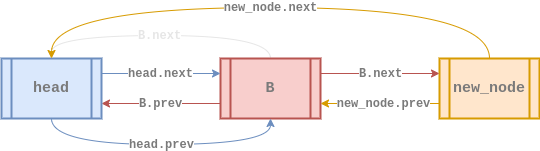
euisblue/vue-blog keeps this draw.io diagram as assets/data-structure/linked-list/cll-doubly-insert3.png. Above is the earlier version. Source tidied: cells renumbered, new cells last; positions are measured from the earlier drawing's top-left corner, leaving out a move shared by most shapes. Its diagram source:
```xml
<mxGraphModel>
  <root>
    <mxCell id="0" />
    <mxCell id="1" parent="0" />
    <mxCell id="2" value="&lt;font face=&quot;Courier New&quot; size=&quot;1&quot; color=&quot;#e6e6e6&quot;&gt;&lt;b style=&quot;font-size: 12px&quot;&gt;B.next&lt;/b&gt;&lt;/font&gt;" style="edgeStyle=orthogonalEdgeStyle;rounded=0;jettySize=auto;html=1;exitX=0.5;exitY=0;exitDx=0;exitDy=0;endArrow=classic;endFill=1;strokeWidth=1;curved=1;entryX=0.5;entryY=0;entryDx=0;entryDy=0;fillColor=#f8cecc;strokeColor=#E6E6E6;" parent="1" edge="1" source="4" target="7">
      <mxGeometry x="0.01" relative="1" as="geometry">
        <Array as="points">
          <mxPoint x="269" y="28" />
          <mxPoint x="50" y="28" />
        </Array>
      </mxGeometry>
    </mxCell>
    <mxCell id="3" value="&lt;b style=&quot;color: rgb(122 , 122 , 122) ; font-family: &amp;#34;courier new&amp;#34;&quot;&gt;&lt;font style=&quot;font-size: 12px&quot;&gt;B.prev&lt;/font&gt;&lt;/b&gt;" style="rounded=0;jettySize=auto;html=1;exitX=0;exitY=0.75;exitDx=0;exitDy=0;entryX=1;entryY=0.75;entryDx=0;entryDy=0;strokeColor=#b85450;strokeWidth=1;fillColor=#f8cecc;" parent="1" edge="1" source="4" target="7">
      <mxGeometry relative="1" as="geometry" />
    </mxCell>
    <mxCell id="4" value="&lt;b&gt;&lt;font style=&quot;font-size: 15px&quot; face=&quot;Courier New&quot; color=&quot;#7a7a7a&quot;&gt;B&lt;/font&gt;&lt;/b&gt;" style="shape=process;whiteSpace=wrap;html=1;backgroundOutline=1;fillColor=#f8cecc;strokeColor=#b85450;gradientDirection=east;strokeWidth=2;shadow=0;glass=0;sketch=0;" parent="1" vertex="1">
      <mxGeometry x="219" y="51" width="100" height="60" as="geometry" />
    </mxCell>
    <mxCell id="5" value="&lt;b style=&quot;font-size: 11px ; font-style: normal ; letter-spacing: normal ; text-align: center ; text-indent: 0px ; text-transform: none ; word-spacing: 0px ; font-family: &amp;#34;courier new&amp;#34;&quot;&gt;&lt;font style=&quot;font-size: 12px&quot; color=&quot;#7a7a7a&quot;&gt;head.prev&lt;/font&gt;&lt;/b&gt;" style="edgeStyle=orthogonalEdgeStyle;curved=1;rounded=0;sketch=0;jettySize=auto;html=1;exitX=0.5;exitY=1;exitDx=0;exitDy=0;entryX=0.5;entryY=1;entryDx=0;entryDy=0;strokeWidth=1;strokeColor=#6c8ebf;fillColor=#dae8fc;" parent="1" edge="1" source="7" target="4">
      <mxGeometry relative="1" as="geometry">
        <Array as="points">
          <mxPoint x="50" y="137" />
          <mxPoint x="269" y="137" />
        </Array>
      </mxGeometry>
    </mxCell>
    <mxCell id="6" value="&lt;b style=&quot;font-size: 11px ; font-style: normal ; letter-spacing: normal ; text-align: center ; text-indent: 0px ; text-transform: none ; word-spacing: 0px ; font-family: &amp;#34;courier new&amp;#34;&quot;&gt;&lt;font style=&quot;font-size: 12px&quot; color=&quot;#7a7a7a&quot;&gt;head.next&lt;/font&gt;&lt;/b&gt;" style="edgeStyle=orthogonalEdgeStyle;curved=1;rounded=0;sketch=0;jettySize=auto;html=1;exitX=1;exitY=0.25;exitDx=0;exitDy=0;entryX=0;entryY=0.25;entryDx=0;entryDy=0;strokeColor=#6c8ebf;strokeWidth=1;fillColor=#dae8fc;" parent="1" edge="1" source="7" target="4">
      <mxGeometry x="-0.01" relative="1" as="geometry">
        <Array as="points">
          <mxPoint x="159" y="66" />
          <mxPoint x="159" y="66" />
        </Array>
      </mxGeometry>
    </mxCell>
    <mxCell id="7" value="&lt;div&gt;&lt;font color=&quot;#7a7a7a&quot; face=&quot;courier new&quot; style=&quot;font-size: 15px&quot;&gt;head&lt;/font&gt;&lt;/div&gt;" style="shape=process;whiteSpace=wrap;html=1;backgroundOutline=1;fillColor=#dae8fc;strokeColor=#6c8ebf;gradientDirection=east;strokeWidth=2;shadow=0;glass=0;align=center;sketch=0;fontStyle=1;" parent="1" vertex="1">
      <mxGeometry y="51" width="100" height="60" as="geometry" />
    </mxCell>
    <mxCell id="8" value="&lt;font color=&quot;#7a7a7a&quot; face=&quot;courier new&quot;&gt;&lt;span style=&quot;font-size: 12px&quot;&gt;&lt;b&gt;new_node.prev&lt;/b&gt;&lt;/span&gt;&lt;/font&gt;" style="edgeStyle=orthogonalEdgeStyle;curved=1;rounded=0;jettySize=auto;html=1;exitX=0;exitY=0.75;exitDx=0;exitDy=0;entryX=1;entryY=0.75;entryDx=0;entryDy=0;strokeColor=#d79b00;strokeWidth=1;fillColor=#ffe6cc;" parent="1" edge="1" source="10" target="4">
      <mxGeometry x="-0.06" relative="1" as="geometry" />
    </mxCell>
    <mxCell id="9" value="&lt;font color=&quot;#7a7a7a&quot; face=&quot;courier new&quot;&gt;&lt;span style=&quot;font-size: 12px&quot;&gt;&lt;b&gt;new_node.next&lt;/b&gt;&lt;/span&gt;&lt;/font&gt;" style="edgeStyle=orthogonalEdgeStyle;curved=1;rounded=0;sketch=0;jettySize=auto;html=1;exitX=0.5;exitY=0;exitDx=0;exitDy=0;entryX=0.5;entryY=0;entryDx=0;entryDy=0;strokeWidth=1;strokeColor=#d79b00;fillColor=#ffe6cc;" parent="1" edge="1" source="10" target="7">
      <mxGeometry relative="1" as="geometry">
        <Array as="points">
          <mxPoint x="488" />
          <mxPoint x="50" />
        </Array>
      </mxGeometry>
    </mxCell>
    <mxCell id="10" value="&lt;div&gt;&lt;font color=&quot;#7a7a7a&quot; face=&quot;courier new&quot; size=&quot;1&quot;&gt;&lt;b style=&quot;font-size: 15px&quot;&gt;new_node&lt;/b&gt;&lt;/font&gt;&lt;/div&gt;" style="shape=process;whiteSpace=wrap;html=1;backgroundOutline=1;fillColor=#ffe6cc;strokeColor=#d79b00;gradientDirection=east;strokeWidth=2;shadow=0;glass=0;align=center;sketch=0;" parent="1" vertex="1">
      <mxGeometry x="438" y="51" width="100" height="60" as="geometry" />
    </mxCell>
    <mxCell id="11" value="&lt;font face=&quot;Courier New&quot; color=&quot;#7a7a7a&quot; size=&quot;1&quot;&gt;&lt;b style=&quot;font-size: 12px&quot;&gt;B.next&lt;/b&gt;&lt;/font&gt;" style="rounded=0;jettySize=auto;html=1;exitX=1;exitY=0.25;exitDx=0;exitDy=0;endArrow=classic;endFill=1;strokeColor=#b85450;strokeWidth=1;entryX=0;entryY=0.25;entryDx=0;entryDy=0;fillColor=#f8cecc;" parent="1" edge="1" source="4" target="10">
      <mxGeometry x="0.01" relative="1" as="geometry" />
    </mxCell>
  </root>
</mxGraphModel>
```
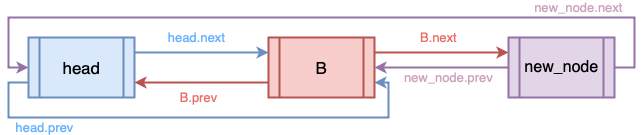
The same diagram one commit later.

Change to the diagram source:
```diff
@@ -2,55 +2,54 @@
   <root>
     <mxCell id="0" />
     <mxCell id="1" parent="0" />
-    <mxCell id="2" value="&lt;font face=&quot;Courier New&quot; size=&quot;1&quot; color=&quot;#e6e6e6&quot;&gt;&lt;b style=&quot;font-size: 12px&quot;&gt;B.next&lt;/b&gt;&lt;/font&gt;" style="edgeStyle=orthogonalEdgeStyle;rounded=0;jettySize=auto;html=1;exitX=0.5;exitY=0;exitDx=0;exitDy=0;endArrow=classic;endFill=1;strokeWidth=1;curved=1;entryX=0.5;entryY=0;entryDx=0;entryDy=0;fillColor=#f8cecc;strokeColor=#E6E6E6;" parent="1" edge="1" source="4" target="7">
-      <mxGeometry x="0.01" relative="1" as="geometry">
-        <Array as="points">
-          <mxPoint x="269" y="28" />
-          <mxPoint x="50" y="28" />
-        </Array>
+    <mxCell id="2" value="&lt;font color=&quot;#66b2ff&quot; style=&quot;font-size: 13px&quot;&gt;head.next&lt;/font&gt;" style="edgeStyle=orthogonalEdgeStyle;rounded=0;jettySize=auto;html=1;exitX=1;exitY=0.25;exitDx=0;exitDy=0;entryX=0;entryY=0.25;entryDx=0;entryDy=0;fillColor=#dae8fc;strokeColor=#6c8ebf;strokeWidth=2;labelBackgroundColor=none;labelBorderColor=none;fontFamily=Helvetica;" parent="1" edge="1" target="6">
+      <mxGeometry x="-0.06" y="15" relative="1" as="geometry">
+        <mxPoint x="324" y="66" as="sourcePoint" />
       </mxGeometry>
     </mxCell>
-    <mxCell id="3" value="&lt;b style=&quot;color: rgb(122 , 122 , 122) ; font-family: &amp;#34;courier new&amp;#34;&quot;&gt;&lt;font style=&quot;font-size: 12px&quot;&gt;B.prev&lt;/font&gt;&lt;/b&gt;" style="rounded=0;jettySize=auto;html=1;exitX=0;exitY=0.75;exitDx=0;exitDy=0;entryX=1;entryY=0.75;entryDx=0;entryDy=0;strokeColor=#b85450;strokeWidth=1;fillColor=#f8cecc;" parent="1" edge="1" source="4" target="7">
-      <mxGeometry relative="1" as="geometry" />
+    <mxCell id="3" value="&lt;span style=&quot;color: rgb(102 , 178 , 255) ; font-family: &amp;#34;helvetica&amp;#34; ; font-size: 13px ; font-style: normal ; font-weight: normal ; letter-spacing: normal ; text-align: center ; text-indent: 0px ; text-transform: none ; word-spacing: 0px ; text-decoration: none ; display: inline ; float: none&quot;&gt;head.prev&lt;/span&gt;" style="edgeStyle=orthogonalEdgeStyle;rounded=0;jettySize=auto;html=1;exitX=0;exitY=0.75;exitDx=0;exitDy=0;entryX=1;entryY=0.75;entryDx=0;entryDy=0;labelBackgroundColor=none;strokeWidth=2;fontFamily=Helvetica;fontColor=#666666;align=center;fillColor=#dae8fc;strokeColor=#6c8ebf;" parent="1" edge="1" source="4" target="6">
+      <mxGeometry x="-0.62" y="-10" relative="1" as="geometry">
+        <Array as="points">
+          <mxPoint x="199" y="96" />
+          <mxPoint x="199" y="131" />
+          <mxPoint x="579" y="131" />
+          <mxPoint x="579" y="96" />
+        </Array>
+      </mxGeometry>
     </mxCell>
-    <mxCell id="4" value="&lt;b&gt;&lt;font style=&quot;font-size: 15px&quot; face=&quot;Courier New&quot; color=&quot;#7a7a7a&quot;&gt;B&lt;/font&gt;&lt;/b&gt;" style="shape=process;whiteSpace=wrap;html=1;backgroundOutline=1;fillColor=#f8cecc;strokeColor=#b85450;gradientDirection=east;strokeWidth=2;shadow=0;glass=0;sketch=0;" parent="1" vertex="1">
-      <mxGeometry x="219" y="51" width="100" height="60" as="geometry" />
+    <mxCell id="4" value="&lt;font&gt;&lt;font style=&quot;font-size: 17px&quot;&gt;head&lt;/font&gt;&lt;br&gt;&lt;/font&gt;" style="shape=process;whiteSpace=wrap;html=1;backgroundOutline=1;strokeWidth=2;fillColor=#dae8fc;strokeColor=#6c8ebf;fontStyle=0;fontFamily=Helvetica;fontSize=14;labelBackgroundColor=none;labelBorderColor=none;" parent="1" vertex="1">
+      <mxGeometry x="219" y="51" width="106" height="60" as="geometry" />
     </mxCell>
-    <mxCell id="5" value="&lt;b style=&quot;font-size: 11px ; font-style: normal ; letter-spacing: normal ; text-align: center ; text-indent: 0px ; text-transform: none ; word-spacing: 0px ; font-family: &amp;#34;courier new&amp;#34;&quot;&gt;&lt;font style=&quot;font-size: 12px&quot; color=&quot;#7a7a7a&quot;&gt;head.prev&lt;/font&gt;&lt;/b&gt;" style="edgeStyle=orthogonalEdgeStyle;curved=1;rounded=0;sketch=0;jettySize=auto;html=1;exitX=0.5;exitY=1;exitDx=0;exitDy=0;entryX=0.5;entryY=1;entryDx=0;entryDy=0;strokeWidth=1;strokeColor=#6c8ebf;fillColor=#dae8fc;" parent="1" edge="1" source="7" target="4">
-      <mxGeometry relative="1" as="geometry">
-        <Array as="points">
-          <mxPoint x="50" y="137" />
-          <mxPoint x="269" y="137" />
-        </Array>
-      </mxGeometry>
+    <mxCell id="5" value="&lt;font color=&quot;#ea6b66&quot; style=&quot;font-size: 13px&quot;&gt;B.prev&lt;/font&gt;" style="edgeStyle=orthogonalEdgeStyle;rounded=0;jettySize=auto;html=1;exitX=0;exitY=0.75;exitDx=0;exitDy=0;entryX=1;entryY=0.75;entryDx=0;entryDy=0;fillColor=#f8cecc;strokeColor=#b85450;strokeWidth=2;labelBackgroundColor=none;labelBorderColor=none;fontFamily=Helvetica;align=center;" parent="1" edge="1" source="6" target="4">
+      <mxGeometry x="0.04" y="15" relative="1" as="geometry" />
     </mxCell>
-    <mxCell id="6" value="&lt;b style=&quot;font-size: 11px ; font-style: normal ; letter-spacing: normal ; text-align: center ; text-indent: 0px ; text-transform: none ; word-spacing: 0px ; font-family: &amp;#34;courier new&amp;#34;&quot;&gt;&lt;font style=&quot;font-size: 12px&quot; color=&quot;#7a7a7a&quot;&gt;head.next&lt;/font&gt;&lt;/b&gt;" style="edgeStyle=orthogonalEdgeStyle;curved=1;rounded=0;sketch=0;jettySize=auto;html=1;exitX=1;exitY=0.25;exitDx=0;exitDy=0;entryX=0;entryY=0.25;entryDx=0;entryDy=0;strokeColor=#6c8ebf;strokeWidth=1;fillColor=#dae8fc;" parent="1" edge="1" source="7" target="4">
-      <mxGeometry x="-0.01" relative="1" as="geometry">
-        <Array as="points">
-          <mxPoint x="159" y="66" />
-          <mxPoint x="159" y="66" />
-        </Array>
-      </mxGeometry>
+    <mxCell id="6" value="&lt;font&gt;&lt;font style=&quot;font-size: 17px&quot;&gt;B&lt;/font&gt;&lt;br&gt;&lt;/font&gt;" style="shape=process;whiteSpace=wrap;html=1;backgroundOutline=1;strokeWidth=2;fillColor=#f8cecc;strokeColor=#b85450;fontStyle=0;fontFamily=Helvetica;fontSize=14;labelBackgroundColor=none;labelBorderColor=none;" parent="1" vertex="1">
+      <mxGeometry x="459" y="51" width="106" height="60" as="geometry" />
     </mxCell>
-    <mxCell id="7" value="&lt;div&gt;&lt;font color=&quot;#7a7a7a&quot; face=&quot;courier new&quot; style=&quot;font-size: 15px&quot;&gt;head&lt;/font&gt;&lt;/div&gt;" style="shape=process;whiteSpace=wrap;html=1;backgroundOutline=1;fillColor=#dae8fc;strokeColor=#6c8ebf;gradientDirection=east;strokeWidth=2;shadow=0;glass=0;align=center;sketch=0;fontStyle=1;" parent="1" vertex="1">
-      <mxGeometry y="51" width="100" height="60" as="geometry" />
+    <mxCell id="7" value="&lt;font style=&quot;font-size: 13px&quot; color=&quot;#cda2be&quot;&gt;new_node.prev&lt;/font&gt;" style="edgeStyle=orthogonalEdgeStyle;rounded=0;jettySize=auto;html=1;exitX=0;exitY=0.5;exitDx=0;exitDy=0;entryX=1;entryY=0.5;entryDx=0;entryDy=0;labelBackgroundColor=none;strokeWidth=2;fontFamily=Helvetica;fontColor=#666666;align=center;fillColor=#e1d5e7;strokeColor=#9673a6;" parent="1" edge="1" source="8" target="6">
+      <mxGeometry x="-0.1" y="10" relative="1" as="geometry" />
     </mxCell>
-    <mxCell id="8" value="&lt;font color=&quot;#7a7a7a&quot; face=&quot;courier new&quot;&gt;&lt;span style=&quot;font-size: 12px&quot;&gt;&lt;b&gt;new_node.prev&lt;/b&gt;&lt;/span&gt;&lt;/font&gt;" style="edgeStyle=orthogonalEdgeStyle;curved=1;rounded=0;jettySize=auto;html=1;exitX=0;exitY=0.75;exitDx=0;exitDy=0;entryX=1;entryY=0.75;entryDx=0;entryDy=0;strokeColor=#d79b00;strokeWidth=1;fillColor=#ffe6cc;" parent="1" edge="1" source="10" target="4">
-      <mxGeometry x="-0.06" relative="1" as="geometry" />
+    <mxCell id="8" value="&lt;font&gt;&lt;font style=&quot;font-size: 16px&quot;&gt;new_node&lt;/font&gt;&lt;br&gt;&lt;/font&gt;" style="shape=process;whiteSpace=wrap;html=1;backgroundOutline=1;strokeWidth=2;fillColor=#e1d5e7;strokeColor=#9673a6;fontStyle=0;fontFamily=Helvetica;fontSize=14;labelBackgroundColor=none;labelBorderColor=none;" parent="1" vertex="1">
+      <mxGeometry x="699" y="51" width="106" height="60" as="geometry" />
     </mxCell>
-    <mxCell id="9" value="&lt;font color=&quot;#7a7a7a&quot; face=&quot;courier new&quot;&gt;&lt;span style=&quot;font-size: 12px&quot;&gt;&lt;b&gt;new_node.next&lt;/b&gt;&lt;/span&gt;&lt;/font&gt;" style="edgeStyle=orthogonalEdgeStyle;curved=1;rounded=0;sketch=0;jettySize=auto;html=1;exitX=0.5;exitY=0;exitDx=0;exitDy=0;entryX=0.5;entryY=0;entryDx=0;entryDy=0;strokeWidth=1;strokeColor=#d79b00;fillColor=#ffe6cc;" parent="1" edge="1" source="10" target="7">
-      <mxGeometry relative="1" as="geometry">
+    <mxCell id="9" value="&lt;span style=&quot;color: rgb(234, 107, 102); font-family: helvetica; font-size: 13px; font-style: normal; font-weight: normal; letter-spacing: normal; text-align: center; text-indent: 0px; text-transform: none; word-spacing: 0px; text-decoration: none; display: inline; float: none;&quot;&gt;B.next&lt;/span&gt;" style="edgeStyle=orthogonalEdgeStyle;rounded=0;jettySize=auto;html=1;exitX=1;exitY=0.25;exitDx=0;exitDy=0;entryX=0;entryY=0.25;entryDx=0;entryDy=0;labelBackgroundColor=none;strokeWidth=2;fontFamily=Helvetica;fontColor=#666666;align=center;fillColor=#f8cecc;strokeColor=#b85450;" parent="1" edge="1" source="6" target="8">
+      <mxGeometry x="-0.04" y="15" relative="1" as="geometry">
         <Array as="points">
-          <mxPoint x="488" />
-          <mxPoint x="50" />
+          <mxPoint x="629" y="66" />
+          <mxPoint x="629" y="66" />
         </Array>
       </mxGeometry>
     </mxCell>
-    <mxCell id="10" value="&lt;div&gt;&lt;font color=&quot;#7a7a7a&quot; face=&quot;courier new&quot; size=&quot;1&quot;&gt;&lt;b style=&quot;font-size: 15px&quot;&gt;new_node&lt;/b&gt;&lt;/font&gt;&lt;/div&gt;" style="shape=process;whiteSpace=wrap;html=1;backgroundOutline=1;fillColor=#ffe6cc;strokeColor=#d79b00;gradientDirection=east;strokeWidth=2;shadow=0;glass=0;align=center;sketch=0;" parent="1" vertex="1">
-      <mxGeometry x="438" y="51" width="100" height="60" as="geometry" />
+    <mxCell id="10" value="&lt;span style=&quot;font-family: &amp;#34;helvetica&amp;#34; ; font-size: 13px ; font-style: normal ; font-weight: normal ; letter-spacing: normal ; text-align: center ; text-indent: 0px ; text-transform: none ; word-spacing: 0px ; text-decoration: none ; display: inline ; float: none&quot;&gt;&lt;font color=&quot;#cda2be&quot;&gt;new_node.next&lt;/font&gt;&lt;/span&gt;" style="edgeStyle=orthogonalEdgeStyle;rounded=0;jettySize=auto;html=1;exitX=1;exitY=0.5;exitDx=0;exitDy=0;labelBackgroundColor=none;strokeWidth=2;fontFamily=Helvetica;fontColor=#666666;align=center;fillColor=#e1d5e7;strokeColor=#9673a6;" parent="1" edge="1" source="8">
+      <mxGeometry x="-0.67" y="-10" relative="1" as="geometry">
+        <mxPoint x="219" y="81" as="targetPoint" />
+        <Array as="points">
+          <mxPoint x="825" y="81" />
+          <mxPoint x="825" y="31" />
+          <mxPoint x="199" y="31" />
+          <mxPoint x="199" y="81" />
+        </Array>
+      </mxGeometry>
     </mxCell>
-    <mxCell id="11" value="&lt;font face=&quot;Courier New&quot; color=&quot;#7a7a7a&quot; size=&quot;1&quot;&gt;&lt;b style=&quot;font-size: 12px&quot;&gt;B.next&lt;/b&gt;&lt;/font&gt;" style="rounded=0;jettySize=auto;html=1;exitX=1;exitY=0.25;exitDx=0;exitDy=0;endArrow=classic;endFill=1;strokeColor=#b85450;strokeWidth=1;entryX=0;entryY=0.25;entryDx=0;entryDy=0;fillColor=#f8cecc;" parent="1" edge="1" source="4" target="10">
-      <mxGeometry x="0.01" relative="1" as="geometry" />
-    </mxCell>
   </root>
 </mxGraphModel>
```
